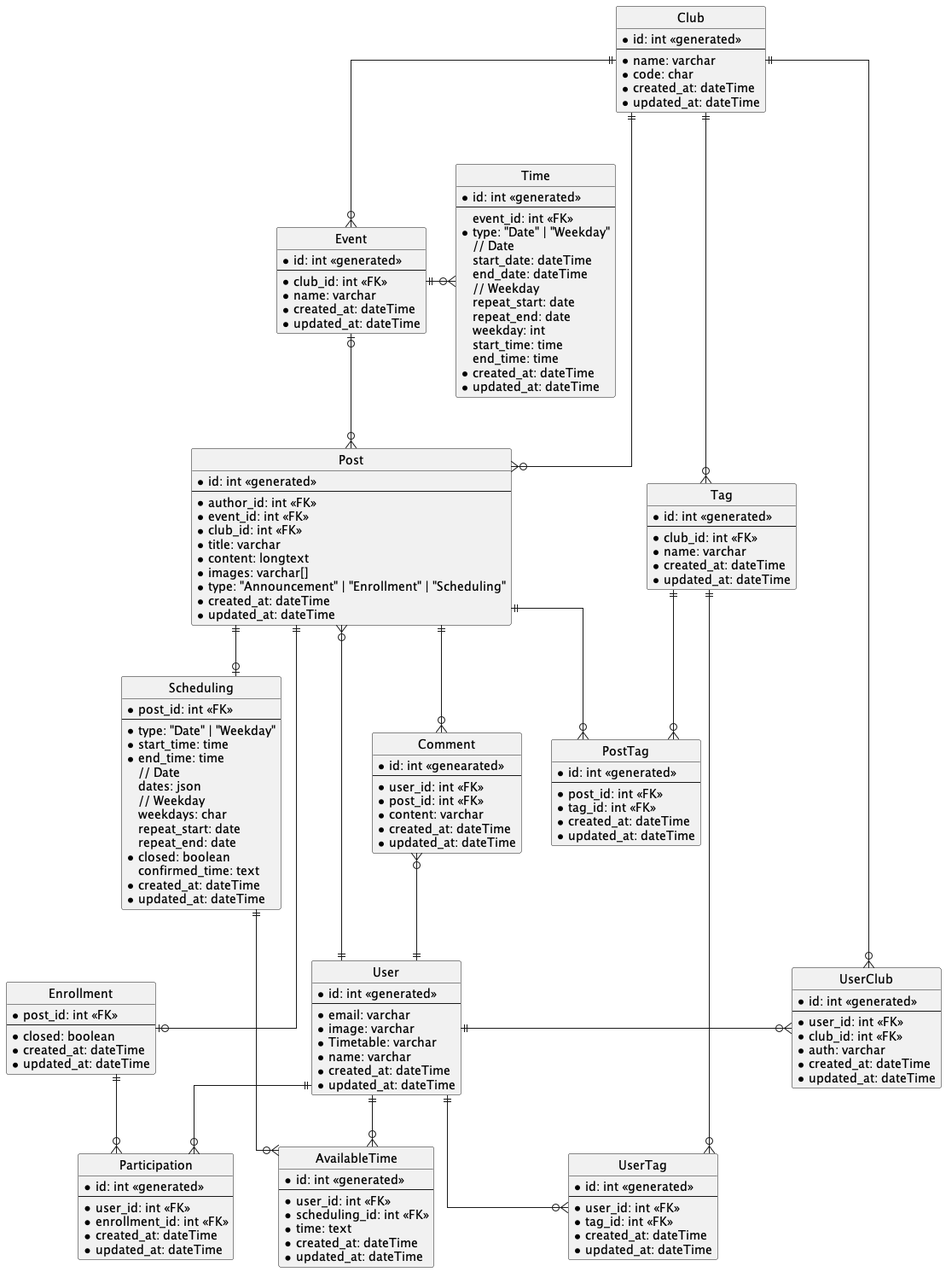
Earlier version of the PlantUML export udong-backend/docs/Udong.png (swsnu/swppfall2022-team1).
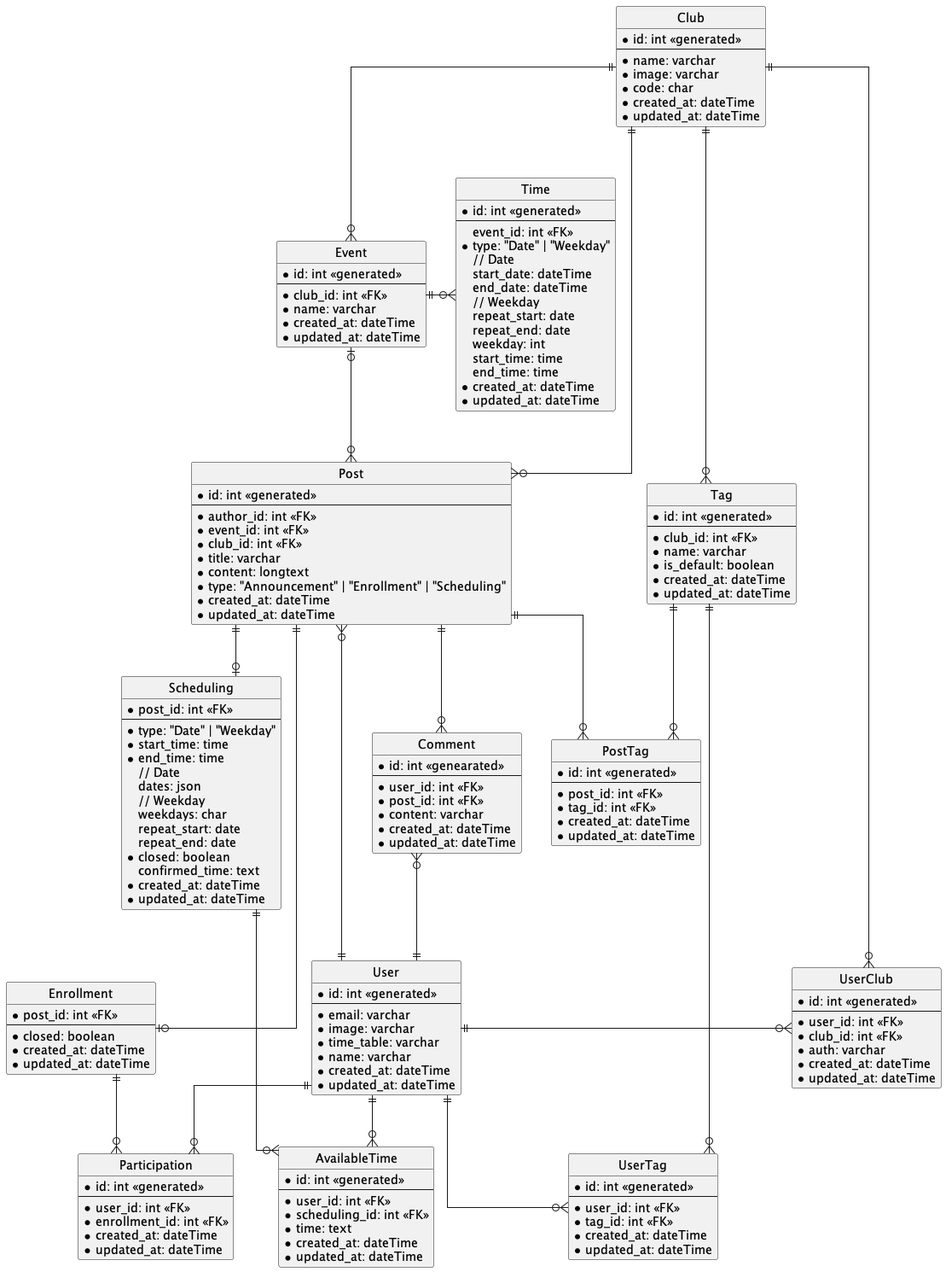
After the change.

Commit message:
:memo: Fix schema diagram (#273)

Change to the diagram source:
```diff
@@ -8,7 +8,7 @@
   --
   *email: varchar
   *image: varchar
-  *Timetable: varchar
+  *time_table: varchar
   *name: varchar
   *created_at: dateTime
   *updated_at: dateTime
@@ -18,6 +18,7 @@
   *id: int <<generated>>
   --
   *name: varchar
+  *image: varchar
   *code: char
   *created_at: dateTime
   *updated_at: dateTime
@@ -65,6 +66,7 @@
   --
   *club_id: int <<FK>>
   *name: varchar
+  *is_default: boolean
   *created_at: dateTime
   *updated_at: dateTime
 }
@@ -86,7 +88,6 @@
   *club_id: int <<FK>>
   *title: varchar
   *content: longtext
-  *images: varchar[]
   *type: "Announcement" | "Enrollment" | "Scheduling"
   *created_at: dateTime
   *updated_at: dateTime
```
